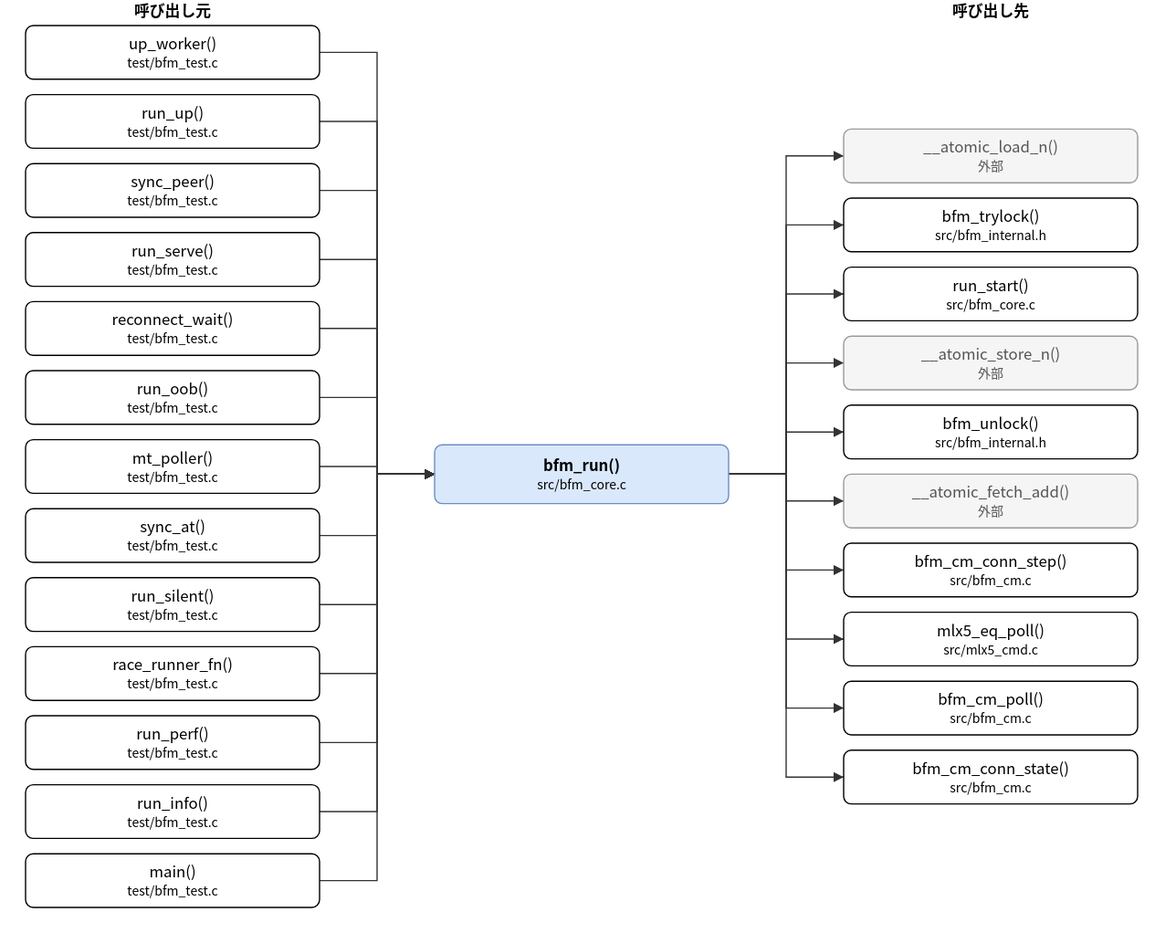
hf355051012-ai/bfmem keeps this draw.io diagram as doc/spec/images/call_src_bfm_core-bfm_run.drawio.svg. Above is the earlier version. Source tidied: cells renumbered, new cells last; positions are measured from the earlier drawing's top-left corner, leaving out a move shared by most shapes.
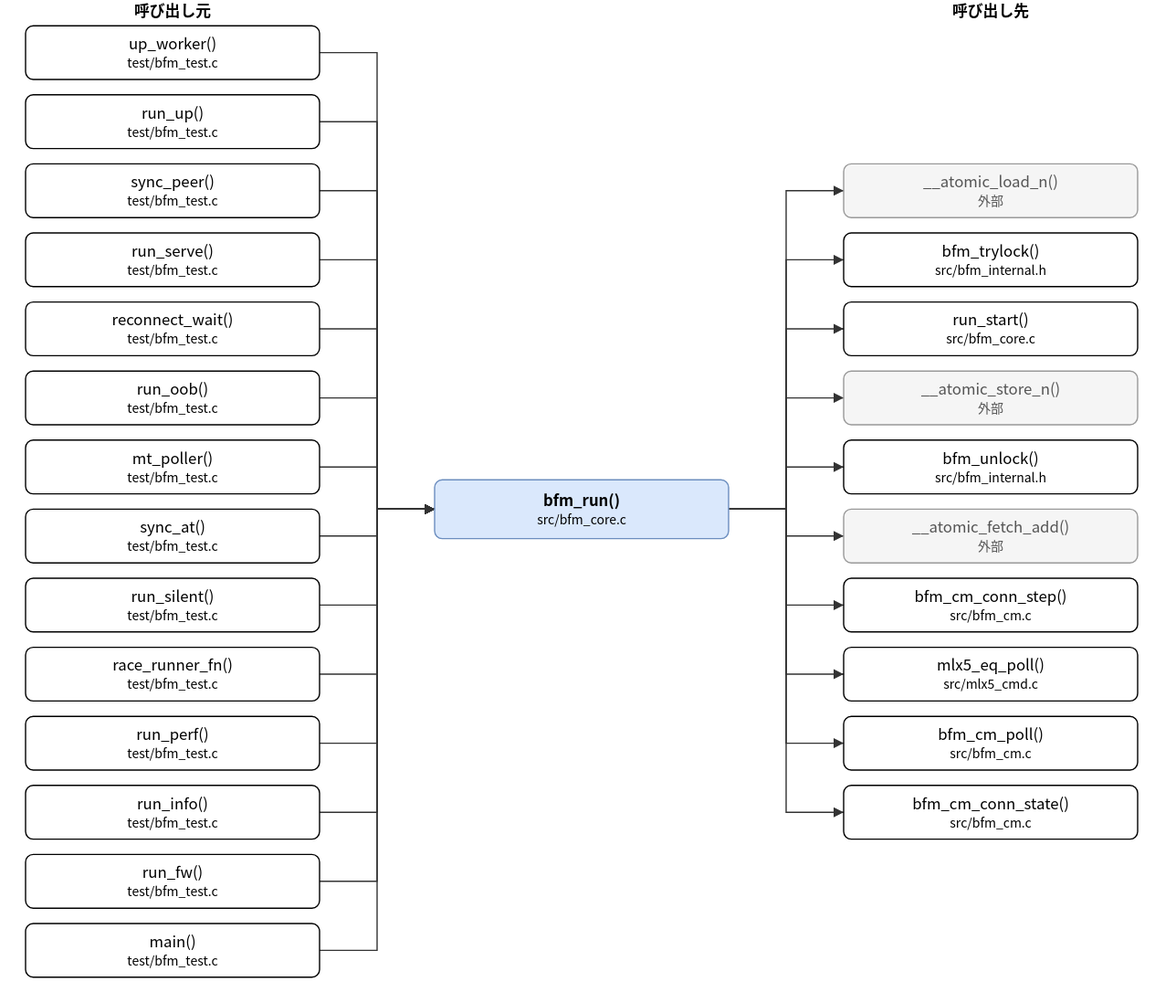
After the change.

What changed in the source:
```diff
@@ -3,7 +3,7 @@
     <mxCell id="0" />
     <mxCell id="1" parent="0" />
     <mxCell id="2" value="bfm_run()&lt;br&gt;&lt;font style=&quot;font-size:10px&quot;&gt;src/bfm_core.c&lt;/font&gt;" style="rounded=1;whiteSpace=wrap;html=1;fillColor=#dae8fc;strokeColor=#6c8ebf;fontStyle=1;" parent="1" vertex="1">
-      <mxGeometry x="320" y="348" width="230" height="46" as="geometry" />
+      <mxGeometry x="320" y="375" width="230" height="46" as="geometry" />
     </mxCell>
     <mxCell id="3" value="up_worker()&lt;br&gt;&lt;font style=&quot;font-size:10px&quot;&gt;test/bfm_test.c&lt;/font&gt;" style="rounded=1;whiteSpace=wrap;html=1;" parent="1" vertex="1">
       <mxGeometry y="20" width="230" height="42" as="geometry" />
@@ -41,44 +41,47 @@
     <mxCell id="14" value="run_info()&lt;br&gt;&lt;font style=&quot;font-size:10px&quot;&gt;test/bfm_test.c&lt;/font&gt;" style="rounded=1;whiteSpace=wrap;html=1;" parent="1" vertex="1">
       <mxGeometry y="614" width="230" height="42" as="geometry" />
     </mxCell>
-    <mxCell id="15" value="main()&lt;br&gt;&lt;font style=&quot;font-size:10px&quot;&gt;test/bfm_test.c&lt;/font&gt;" style="rounded=1;whiteSpace=wrap;html=1;" parent="1" vertex="1">
+    <mxCell id="15" value="run_fw()&lt;br&gt;&lt;font style=&quot;font-size:10px&quot;&gt;test/bfm_test.c&lt;/font&gt;" style="rounded=1;whiteSpace=wrap;html=1;" parent="1" vertex="1">
       <mxGeometry y="668" width="230" height="42" as="geometry" />
     </mxCell>
+    <mxCell id="51" value="main()&lt;br&gt;&lt;font style=&quot;font-size:10px&quot;&gt;test/bfm_test.c&lt;/font&gt;" style="rounded=1;whiteSpace=wrap;html=1;" parent="1" vertex="1">
+      <mxGeometry y="722" width="230" height="42" as="geometry" />
+    </mxCell>
     <mxCell id="16" value="__atomic_load_n()&lt;br&gt;&lt;font style=&quot;font-size:10px&quot;&gt;外部&lt;/font&gt;" style="rounded=1;whiteSpace=wrap;html=1;fillColor=#f5f5f5;strokeColor=#999999;fontColor=#555555;" parent="1" vertex="1">
-      <mxGeometry x="640" y="101" width="230" height="42" as="geometry" />
+      <mxGeometry x="640" y="128" width="230" height="42" as="geometry" />
     </mxCell>
     <mxCell id="17" value="bfm_trylock()&lt;br&gt;&lt;font style=&quot;font-size:10px&quot;&gt;src/bfm_internal.h&lt;/font&gt;" style="rounded=1;whiteSpace=wrap;html=1;" parent="1" vertex="1">
-      <mxGeometry x="640" y="155" width="230" height="42" as="geometry" />
+      <mxGeometry x="640" y="182" width="230" height="42" as="geometry" />
     </mxCell>
     <mxCell id="18" value="run_start()&lt;br&gt;&lt;font style=&quot;font-size:10px&quot;&gt;src/bfm_core.c&lt;/font&gt;" style="rounded=1;whiteSpace=wrap;html=1;" parent="1" vertex="1">
-      <mxGeometry x="640" y="209" width="230" height="42" as="geometry" />
+      <mxGeometry x="640" y="236" width="230" height="42" as="geometry" />
     </mxCell>
     <mxCell id="19" value="__atomic_store_n()&lt;br&gt;&lt;font style=&quot;font-size:10px&quot;&gt;外部&lt;/font&gt;" style="rounded=1;whiteSpace=wrap;html=1;fillColor=#f5f5f5;strokeColor=#999999;fontColor=#555555;" parent="1" vertex="1">
-      <mxGeometry x="640" y="263" width="230" height="42" as="geometry" />
+      <mxGeometry x="640" y="290" width="230" height="42" as="geometry" />
     </mxCell>
     <mxCell id="20" value="bfm_unlock()&lt;br&gt;&lt;font style=&quot;font-size:10px&quot;&gt;src/bfm_internal.h&lt;/font&gt;" style="rounded=1;whiteSpace=wrap;html=1;" parent="1" vertex="1">
-      <mxGeometry x="640" y="317" width="230" height="42" as="geometry" />
+      <mxGeometry x="640" y="344" width="230" height="42" as="geometry" />
     </mxCell>
     <mxCell id="21" value="__atomic_fetch_add()&lt;br&gt;&lt;font style=&quot;font-size:10px&quot;&gt;外部&lt;/font&gt;" style="rounded=1;whiteSpace=wrap;html=1;fillColor=#f5f5f5;strokeColor=#999999;fontColor=#555555;" parent="1" vertex="1">
-      <mxGeometry x="640" y="371" width="230" height="42" as="geometry" />
+      <mxGeometry x="640" y="398" width="230" height="42" as="geometry" />
     </mxCell>
     <mxCell id="22" value="bfm_cm_conn_step()&lt;br&gt;&lt;font style=&quot;font-size:10px&quot;&gt;src/bfm_cm.c&lt;/font&gt;" style="rounded=1;whiteSpace=wrap;html=1;" parent="1" vertex="1">
-      <mxGeometry x="640" y="425" width="230" height="42" as="geometry" />
+      <mxGeometry x="640" y="452" width="230" height="42" as="geometry" />
     </mxCell>
     <mxCell id="23" value="mlx5_eq_poll()&lt;br&gt;&lt;font style=&quot;font-size:10px&quot;&gt;src/mlx5_cmd.c&lt;/font&gt;" style="rounded=1;whiteSpace=wrap;html=1;" parent="1" vertex="1">
-      <mxGeometry x="640" y="479" width="230" height="42" as="geometry" />
+      <mxGeometry x="640" y="506" width="230" height="42" as="geometry" />
     </mxCell>
     <mxCell id="24" value="bfm_cm_poll()&lt;br&gt;&lt;font style=&quot;font-size:10px&quot;&gt;src/bfm_cm.c&lt;/font&gt;" style="rounded=1;whiteSpace=wrap;html=1;" parent="1" vertex="1">
-      <mxGeometry x="640" y="533" width="230" height="42" as="geometry" />
+      <mxGeometry x="640" y="560" width="230" height="42" as="geometry" />
     </mxCell>
     <mxCell id="25" value="bfm_cm_conn_state()&lt;br&gt;&lt;font style=&quot;font-size:10px&quot;&gt;src/bfm_cm.c&lt;/font&gt;" style="rounded=1;whiteSpace=wrap;html=1;" parent="1" vertex="1">
-      <mxGeometry x="640" y="587" width="230" height="42" as="geometry" />
+      <mxGeometry x="640" y="614" width="230" height="42" as="geometry" />
     </mxCell>
     <mxCell id="26" style="edgeStyle=none;html=1;rounded=0;endArrow=block;endFill=1;exitX=1.0000;exitY=0.5000;exitDx=0;exitDy=0;exitPerimeter=0;entryX=0.0000;entryY=0.5000;entryDx=0;entryDy=0;entryPerimeter=0;" parent="1" edge="1" source="3" target="2">
       <mxGeometry relative="1" as="geometry">
         <Array as="points">
           <mxPoint x="275" y="41" />
-          <mxPoint x="275" y="371" />
+          <mxPoint x="275" y="398" />
         </Array>
       </mxGeometry>
     </mxCell>
@@ -86,7 +89,7 @@
       <mxGeometry relative="1" as="geometry">
         <Array as="points">
           <mxPoint x="275" y="95" />
-          <mxPoint x="275" y="371" />
+          <mxPoint x="275" y="398" />
         </Array>
       </mxGeometry>
     </mxCell>
@@ -94,7 +97,7 @@
       <mxGeometry relative="1" as="geometry">
         <Array as="points">
           <mxPoint x="275" y="149" />
-          <mxPoint x="275" y="371" />
+          <mxPoint x="275" y="398" />
         </Array>
       </mxGeometry>
     </mxCell>
@@ -102,7 +105,7 @@
       <mxGeometry relative="1" as="geometry">
         <Array as="points">
           <mxPoint x="275" y="203" />
-          <mxPoint x="275" y="371" />
+          <mxPoint x="275" y="398" />
         </Array>
       </mxGeometry>
     </mxCell>
@@ -110,7 +113,7 @@
       <mxGeometry relative="1" as="geometry">
         <Array as="points">
           <mxPoint x="275" y="257" />
-          <mxPoint x="275" y="371" />
+          <mxPoint x="275" y="398" />
         </Array>
       </mxGeometry>
     </mxCell>
@@ -118,7 +121,7 @@
       <mxGeometry relative="1" as="geometry">
         <Array as="points">
           <mxPoint x="275" y="311" />
-          <mxPoint x="275" y="371" />
+          <mxPoint x="275" y="398" />
         </Array>
       </mxGeometry>
     </mxCell>
@@ -126,7 +129,7 @@
       <mxGeometry relative="1" as="geometry">
         <Array as="points">
           <mxPoint x="275" y="365" />
-          <mxPoint x="275" y="371" />
+          <mxPoint x="275" y="398" />
         </Array>
       </mxGeometry>
     </mxCell>
@@ -134,7 +137,7 @@
       <mxGeometry relative="1" as="geometry">
         <Array as="points">
           <mxPoint x="275" y="419" />
-          <mxPoint x="275" y="371" />
+          <mxPoint x="275" y="398" />
         </Array>
       </mxGeometry>
     </mxCell>
@@ -142,7 +145,7 @@
       <mxGeometry relative="1" as="geometry">
         <Array as="points">
           <mxPoint x="275" y="473" />
-          <mxPoint x="275" y="371" />
+          <mxPoint x="275" y="398" />
         </Array>
       </mxGeometry>
     </mxCell>
@@ -150,7 +153,7 @@
       <mxGeometry relative="1" as="geometry">
         <Array as="points">
           <mxPoint x="275" y="527" />
-          <mxPoint x="275" y="371" />
+          <mxPoint x="275" y="398" />
         </Array>
       </mxGeometry>
     </mxCell>
@@ -158,7 +161,7 @@
       <mxGeometry relative="1" as="geometry">
         <Array as="points">
           <mxPoint x="275" y="581" />
-          <mxPoint x="275" y="371" />
+          <mxPoint x="275" y="398" />
         </Array>
       </mxGeometry>
     </mxCell>
@@ -166,7 +169,7 @@
       <mxGeometry relative="1" as="geometry">
         <Array as="points">
           <mxPoint x="275" y="635" />
-          <mxPoint x="275" y="371" />
+          <mxPoint x="275" y="398" />
         </Array>
       </mxGeometry>
     </mxCell>
@@ -174,90 +177,98 @@
       <mxGeometry relative="1" as="geometry">
         <Array as="points">
           <mxPoint x="275" y="689" />
-          <mxPoint x="275" y="371" />
+          <mxPoint x="275" y="398" />
         </Array>
       </mxGeometry>
     </mxCell>
-    <mxCell id="39" style="edgeStyle=none;html=1;rounded=0;endArrow=block;endFill=1;exitX=1.0000;exitY=0.5000;exitDx=0;exitDy=0;exitPerimeter=0;entryX=0.0000;entryY=0.5000;entryDx=0;entryDy=0;entryPerimeter=0;" parent="1" edge="1" source="2" target="16">
+    <mxCell id="39" style="edgeStyle=none;html=1;rounded=0;endArrow=block;endFill=1;exitX=1.0000;exitY=0.5000;exitDx=0;exitDy=0;exitPerimeter=0;entryX=0.0000;entryY=0.5000;entryDx=0;entryDy=0;entryPerimeter=0;" parent="1" edge="1" source="51" target="2">
       <mxGeometry relative="1" as="geometry">
         <Array as="points">
-          <mxPoint x="595" y="371" />
-          <mxPoint x="595" y="122" />
+          <mxPoint x="275" y="743" />
+          <mxPoint x="275" y="398" />
         </Array>
       </mxGeometry>
     </mxCell>
-    <mxCell id="40" style="edgeStyle=none;html=1;rounded=0;endArrow=block;endFill=1;exitX=1.0000;exitY=0.5000;exitDx=0;exitDy=0;exitPerimeter=0;entryX=0.0000;entryY=0.5000;entryDx=0;entryDy=0;entryPerimeter=0;" parent="1" edge="1" source="2" target="17">
+    <mxCell id="40" style="edgeStyle=none;html=1;rounded=0;endArrow=block;endFill=1;exitX=1.0000;exitY=0.5000;exitDx=0;exitDy=0;exitPerimeter=0;entryX=0.0000;entryY=0.5000;entryDx=0;entryDy=0;entryPerimeter=0;" parent="1" edge="1" source="2" target="16">
       <mxGeometry relative="1" as="geometry">
         <Array as="points">
-          <mxPoint x="595" y="371" />
-          <mxPoint x="595" y="176" />
+          <mxPoint x="595" y="398" />
+          <mxPoint x="595" y="149" />
         </Array>
       </mxGeometry>
     </mxCell>
-    <mxCell id="41" style="edgeStyle=none;html=1;rounded=0;endArrow=block;endFill=1;exitX=1.0000;exitY=0.5000;exitDx=0;exitDy=0;exitPerimeter=0;entryX=0.0000;entryY=0.5000;entryDx=0;entryDy=0;entryPerimeter=0;" parent="1" edge="1" source="2" target="18">
+    <mxCell id="41" style="edgeStyle=none;html=1;rounded=0;endArrow=block;endFill=1;exitX=1.0000;exitY=0.5000;exitDx=0;exitDy=0;exitPerimeter=0;entryX=0.0000;entryY=0.5000;entryDx=0;entryDy=0;entryPerimeter=0;" parent="1" edge="1" source="2" target="17">
       <mxGeometry relative="1" as="geometry">
         <Array as="points">
-          <mxPoint x="595" y="371" />
-          <mxPoint x="595" y="230" />
+          <mxPoint x="595" y="398" />
+          <mxPoint x="595" y="203" />
         </Array>
       </mxGeometry>
     </mxCell>
-    <mxCell id="42" style="edgeStyle=none;html=1;rounded=0;endArrow=block;endFill=1;exitX=1.0000;exitY=0.5000;exitDx=0;exitDy=0;exitPerimeter=0;entryX=0.0000;entryY=0.5000;entryDx=0;entryDy=0;entryPerimeter=0;" parent="1" edge="1" source="2" target="19">
+    <mxCell id="42" style="edgeStyle=none;html=1;rounded=0;endArrow=block;endFill=1;exitX=1.0000;exitY=0.5000;exitDx=0;exitDy=0;exitPerimeter=0;entryX=0.0000;entryY=0.5000;entryDx=0;entryDy=0;entryPerimeter=0;" parent="1" edge="1" source="2" target="18">
       <mxGeometry relative="1" as="geometry">
         <Array as="points">
-          <mxPoint x="595" y="371" />
-          <mxPoint x="595" y="284" />
+          <mxPoint x="595" y="398" />
+          <mxPoint x="595" y="257" />
         </Array>
       </mxGeometry>
     </mxCell>
-    <mxCell id="43" style="edgeStyle=none;html=1;rounded=0;endArrow=block;endFill=1;exitX=1.0000;exitY=0.5000;exitDx=0;exitDy=0;exitPerimeter=0;entryX=0.0000;entryY=0.5000;entryDx=0;entryDy=0;entryPerimeter=0;" parent="1" edge="1" source="2" target="20">
+    <mxCell id="43" style="edgeStyle=none;html=1;rounded=0;endArrow=block;endFill=1;exitX=1.0000;exitY=0.5000;exitDx=0;exitDy=0;exitPerimeter=0;entryX=0.0000;entryY=0.5000;entryDx=0;entryDy=0;entryPerimeter=0;" parent="1" edge="1" source="2" target="19">
       <mxGeometry relative="1" as="geometry">
         <Array as="points">
-          <mxPoint x="595" y="371" />
-          <mxPoint x="595" y="338" />
+          <mxPoint x="595" y="398" />
+          <mxPoint x="595" y="311" />
         </Array>
       </mxGeometry>
     </mxCell>
-    <mxCell id="44" style="edgeStyle=none;html=1;rounded=0;endArrow=block;endFill=1;exitX=1.0000;exitY=0.5000;exitDx=0;exitDy=0;exitPerimeter=0;entryX=0.0000;entryY=0.5000;entryDx=0;entryDy=0;entryPerimeter=0;" parent="1" edge="1" source="2" target="21">
+    <mxCell id="44" style="edgeStyle=none;html=1;rounded=0;endArrow=block;endFill=1;exitX=1.0000;exitY=0.5000;exitDx=0;exitDy=0;exitPerimeter=0;entryX=0.0000;entryY=0.5000;entryDx=0;entryDy=0;entryPerimeter=0;" parent="1" edge="1" source="2" target="20">
       <mxGeometry relative="1" as="geometry">
         <Array as="points">
-          <mxPoint x="595" y="371" />
-          <mxPoint x="595" y="392" />
+          <mxPoint x="595" y="398" />
+          <mxPoint x="595" y="365" />
         </Array>
       </mxGeometry>
     </mxCell>
-    <mxCell id="45" style="edgeStyle=none;html=1;rounded=0;endArrow=block;endFill=1;exitX=1.0000;exitY=0.5000;exitDx=0;exitDy=0;exitPerimeter=0;entryX=0.0000;entryY=0.5000;entryDx=0;entryDy=0;entryPerimeter=0;" parent="1" edge="1" source="2" target="22">
+    <mxCell id="45" style="edgeStyle=none;html=1;rounded=0;endArrow=block;endFill=1;exitX=1.0000;exitY=0.5000;exitDx=0;exitDy=0;exitPerimeter=0;entryX=0.0000;entryY=0.5000;entryDx=0;entryDy=0;entryPerimeter=0;" parent="1" edge="1" source="2" target="21">
       <mxGeometry relative="1" as="geometry">
         <Array as="points">
-          <mxPoint x="595" y="371" />
-          <mxPoint x="595" y="446" />
+          <mxPoint x="595" y="398" />
+          <mxPoint x="595" y="419" />
         </Array>
       </mxGeometry>
     </mxCell>
-    <mxCell id="46" style="edgeStyle=none;html=1;rounded=0;endArrow=block;endFill=1;exitX=1.0000;exitY=0.5000;exitDx=0;exitDy=0;exitPerimeter=0;entryX=0.0000;entryY=0.5000;entryDx=0;entryDy=0;entryPerimeter=0;" parent="1" edge="1" source="2" target="23">
+    <mxCell id="46" style="edgeStyle=none;html=1;rounded=0;endArrow=block;endFill=1;exitX=1.0000;exitY=0.5000;exitDx=0;exitDy=0;exitPerimeter=0;entryX=0.0000;entryY=0.5000;entryDx=0;entryDy=0;entryPerimeter=0;" parent="1" edge="1" source="2" target="22">
       <mxGeometry relative="1" as="geometry">
         <Array as="points">
-          <mxPoint x="595" y="371" />
-          <mxPoint x="595" y="500" />
+          <mxPoint x="595" y="398" />
+          <mxPoint x="595" y="473" />
         </Array>
       </mxGeometry>
     </mxCell>
-    <mxCell id="47" style="edgeStyle=none;html=1;rounded=0;endArrow=block;endFill=1;exitX=1.0000;exitY=0.5000;exitDx=0;exitDy=0;exitPerimeter=0;entryX=0.0000;entryY=0.5000;entryDx=0;entryDy=0;entryPerimeter=0;" parent="1" edge="1" source="2" target="24">
+    <mxCell id="47" style="edgeStyle=none;html=1;rounded=0;endArrow=block;endFill=1;exitX=1.0000;exitY=0.5000;exitDx=0;exitDy=0;exitPerimeter=0;entryX=0.0000;entryY=0.5000;entryDx=0;entryDy=0;entryPerimeter=0;" parent="1" edge="1" source="2" target="23">
       <mxGeometry relative="1" as="geometry">
         <Array as="points">
-          <mxPoint x="595" y="371" />
-          <mxPoint x="595" y="554" />
+          <mxPoint x="595" y="398" />
+          <mxPoint x="595" y="527" />
         </Array>
       </mxGeometry>
     </mxCell>
-    <mxCell id="48" style="edgeStyle=none;html=1;rounded=0;endArrow=block;endFill=1;exitX=1.0000;exitY=0.5000;exitDx=0;exitDy=0;exitPerimeter=0;entryX=0.0000;entryY=0.5000;entryDx=0;entryDy=0;entryPerimeter=0;" parent="1" edge="1" source="2" target="25">
+    <mxCell id="48" style="edgeStyle=none;html=1;rounded=0;endArrow=block;endFill=1;exitX=1.0000;exitY=0.5000;exitDx=0;exitDy=0;exitPerimeter=0;entryX=0.0000;entryY=0.5000;entryDx=0;entryDy=0;entryPerimeter=0;" parent="1" edge="1" source="2" target="24">
       <mxGeometry relative="1" as="geometry">
         <Array as="points">
-          <mxPoint x="595" y="371" />
-          <mxPoint x="595" y="608" />
+          <mxPoint x="595" y="398" />
+          <mxPoint x="595" y="581" />
         </Array>
       </mxGeometry>
     </mxCell>
+    <mxCell id="52" style="edgeStyle=none;html=1;rounded=0;endArrow=block;endFill=1;exitX=1.0000;exitY=0.5000;exitDx=0;exitDy=0;exitPerimeter=0;entryX=0.0000;entryY=0.5000;entryDx=0;entryDy=0;entryPerimeter=0;" parent="1" edge="1" source="2" target="25">
+      <mxGeometry relative="1" as="geometry">
+        <Array as="points">
+          <mxPoint x="595" y="398" />
+          <mxPoint x="595" y="635" />
+        </Array>
+      </mxGeometry>
+    </mxCell>
     <mxCell id="49" value="呼び出し元" style="text;html=1;align=center;fontStyle=1;" parent="1" vertex="1">
       <mxGeometry x="35" width="160" height="18" as="geometry" />
     </mxCell>
```
